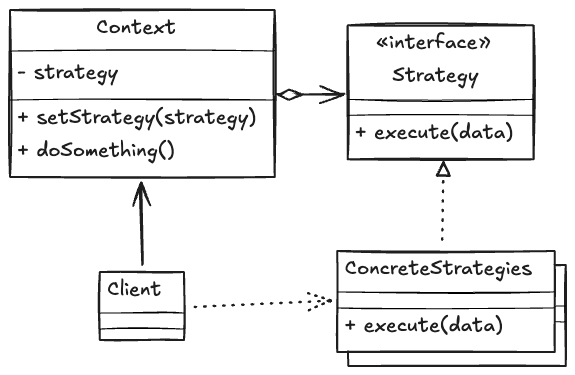
Before: strategy.excalidraw.png, a diagram exported from Excalidraw (bjenning04/foam). Source tidied: one line per element, renumbered; positions are measured from the earlier drawing's top-left corner, leaving out a move shared by most shapes.
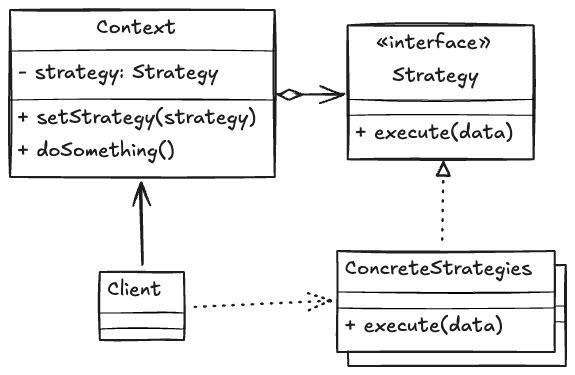
Above is the later version.

Diff of the diagram source:
```diff
@@ -20,7 +20,7 @@
 {"id": 19, "type": "arrow", "strokeColor": "#1e1e1e", "strokeWidth": 2, "strokeStyle": "dotted", "roughness": 1, "endArrowhead": "arrow", "round": true, "from": 2, "to": 30, "x": 184, "y": 297, "width": 138, "height": 6, "points": [[0, 0], [138, -6]]}
 {"id": 20, "type": "arrow", "strokeColor": "#1e1e1e", "strokeWidth": 2, "strokeStyle": "dotted", "roughness": 1, "startArrowhead": "triangle_outline", "round": true, "from": 1, "to": 8, "x": 433, "y": 153, "width": 1, "height": 76, "points": [[0, 0], [-1, 76]]}
 {"id": 21, "type": "text", "text": "Context", "strokeColor": "#1e1e1e", "strokeWidth": 2, "roughness": 1, "fontSize": 20, "fontFamily": 5, "verticalAlign": "middle", "x": 86, "y": 5, "width": 80, "height": 25}
-{"id": 22, "type": "text", "text": "- strategy", "strokeColor": "#1e1e1e", "strokeWidth": 2, "roughness": 1, "fontSize": 20, "fontFamily": 5, "verticalAlign": "middle", "x": 8, "y": 50, "width": 101, "height": 25}
+{"id": 22, "type": "text", "text": "- strategy: Strategy", "strokeColor": "#1e1e1e", "strokeWidth": 2, "roughness": 1, "fontSize": 20, "fontFamily": 5, "verticalAlign": "middle", "x": 8, "y": 50, "width": 200, "height": 25}
 {"id": 23, "type": "text", "text": "+ setStrategy(strategy)", "strokeColor": "#1e1e1e", "strokeWidth": 2, "roughness": 1, "fontSize": 20, "fontFamily": 5, "verticalAlign": "middle", "x": 8, "y": 95, "width": 239, "height": 25}
 {"id": 24, "type": "text", "text": "+ doSomething()", "strokeColor": "#1e1e1e", "strokeWidth": 2, "roughness": 1, "fontSize": 20, "fontFamily": 5, "verticalAlign": "middle", "x": 8, "y": 128, "width": 157, "height": 25}
 {"id": 25, "type": "text", "text": "«interface»", "strokeColor": "#1e1e1e", "strokeWidth": 2, "roughness": 1, "fontSize": 20, "fontFamily": 5, "verticalAlign": "middle", "x": 366, "y": 20, "width": 114, "height": 25}
```
